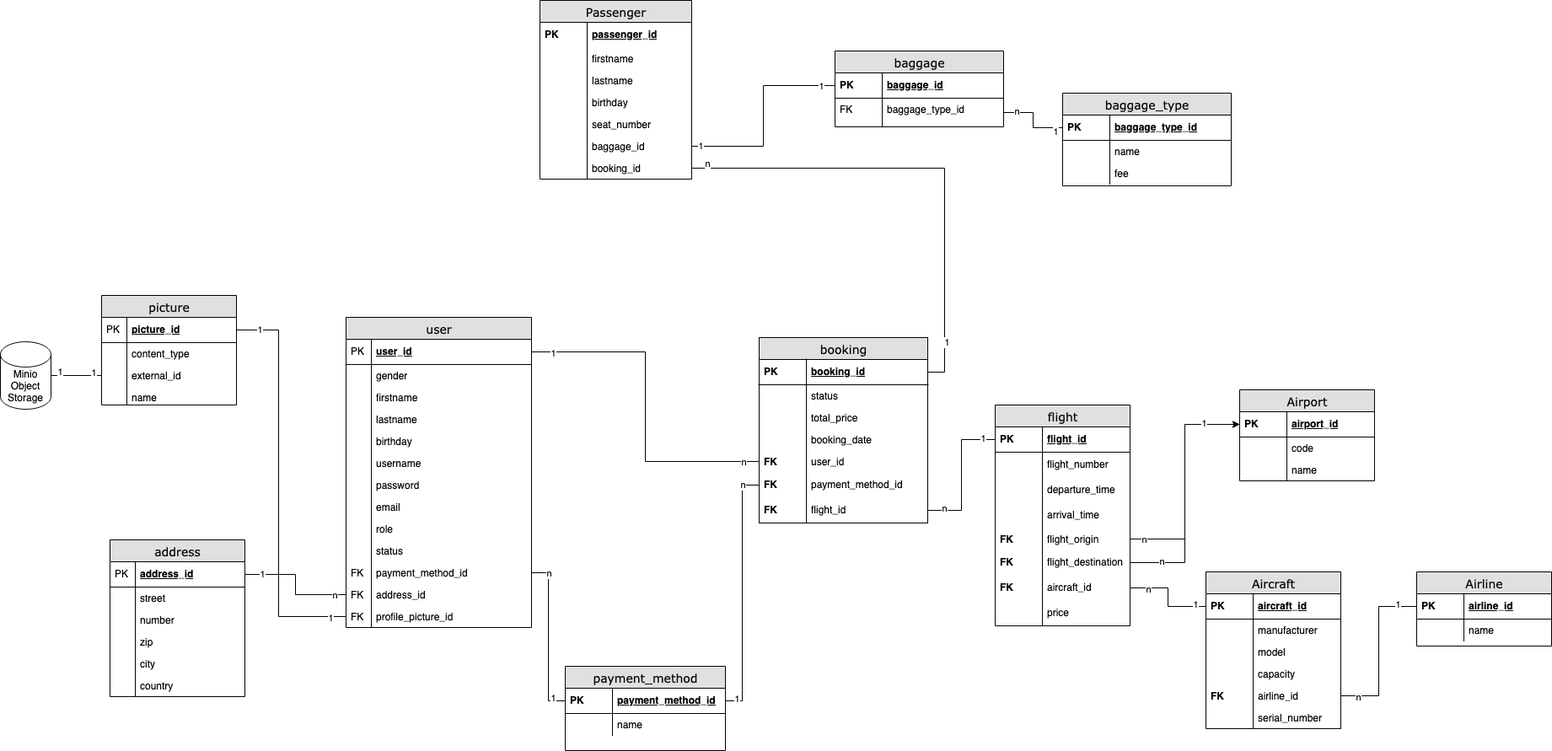
This is bweng/db/DB-SCHEMA-9.drawio.png from wi22b017/ws24-weng, a draw.io export, as it was before one commit. Source tidied: cells renumbered, new cells last; positions are measured from the earlier drawing's top-left corner, leaving out a move shared by most shapes.
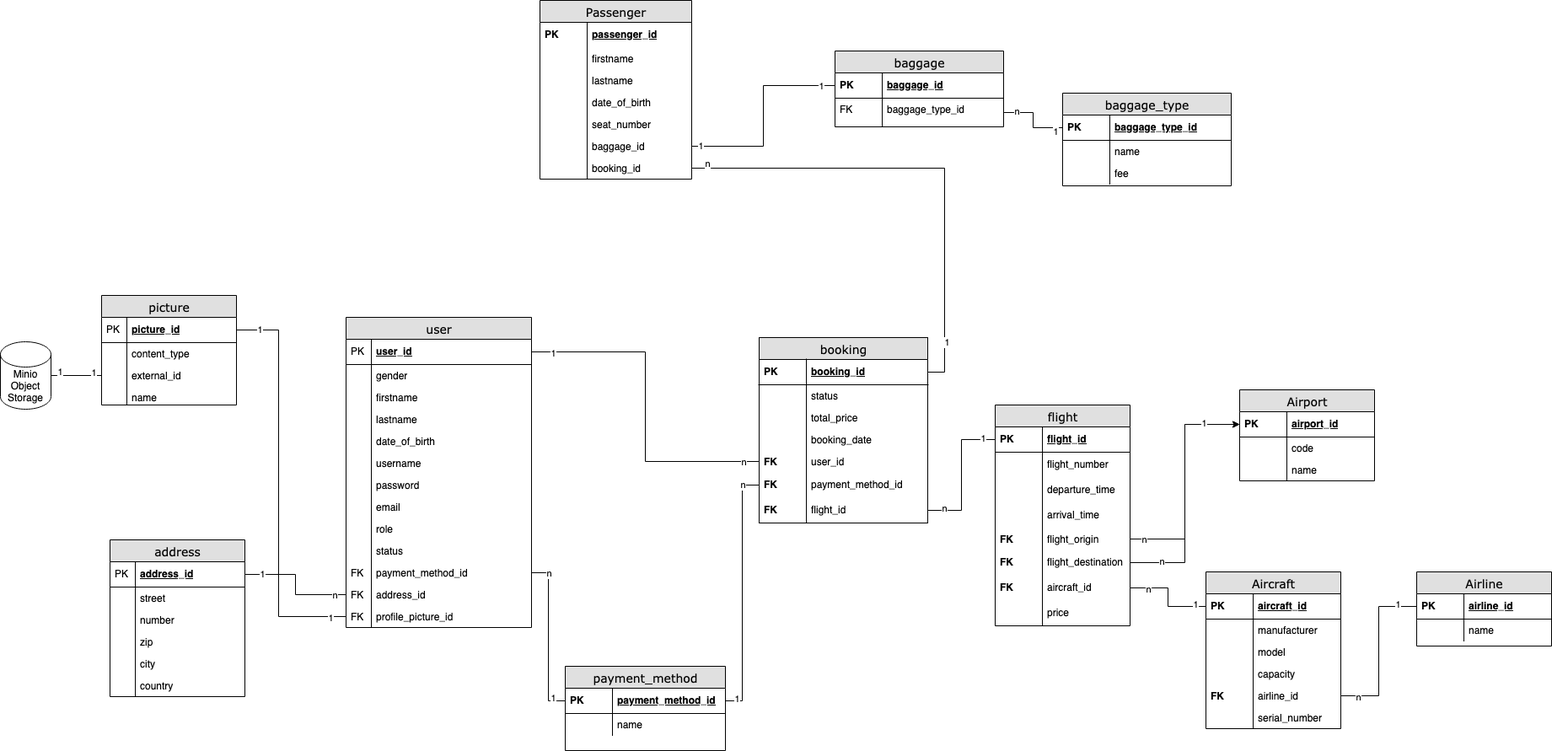
Later version of the same file.

What changed in the source:
```diff
@@ -125,7 +125,7 @@
     <mxCell id="42" style="shape=partialRectangle;top=0;left=0;bottom=0;html=1;fillColor=none;align=left;verticalAlign=top;spacingLeft=4;spacingRight=4;whiteSpace=wrap;overflow=hidden;" parent="41" vertex="1">
       <mxGeometry width="30" height="26" as="geometry" />
     </mxCell>
-    <mxCell id="43" value="birthday" style="shape=partialRectangle;top=0;left=0;right=0;bottom=0;html=1;align=left;verticalAlign=top;fillColor=none;spacingLeft=34;spacingRight=4;whiteSpace=wrap;overflow=hidden;fontStyle=0;" parent="34" vertex="1">
+    <mxCell id="43" value="date_of_birth" style="shape=partialRectangle;top=0;left=0;right=0;bottom=0;html=1;align=left;verticalAlign=top;fillColor=none;spacingLeft=34;spacingRight=4;whiteSpace=wrap;overflow=hidden;fontStyle=0;" parent="34" vertex="1">
       <mxGeometry y="134" width="220" height="26" as="geometry" />
     </mxCell>
     <mxCell id="44" style="shape=partialRectangle;top=0;left=0;bottom=0;html=1;fillColor=none;align=left;verticalAlign=top;spacingLeft=4;spacingRight=4;whiteSpace=wrap;overflow=hidden;" parent="43" vertex="1">
@@ -248,7 +248,7 @@
     <mxCell id="83" style="shape=partialRectangle;top=0;left=0;bottom=0;html=1;fillColor=none;align=left;verticalAlign=top;spacingLeft=4;spacingRight=4;whiteSpace=wrap;overflow=hidden;" parent="82" vertex="1">
       <mxGeometry width="56" height="26" as="geometry" />
     </mxCell>
-    <mxCell id="84" value="birthday" style="shape=partialRectangle;top=0;left=0;right=0;bottom=0;html=1;align=left;verticalAlign=top;fillColor=none;spacingLeft=60;spacingRight=4;whiteSpace=wrap;overflow=hidden;" parent="77" vertex="1">
+    <mxCell id="84" value="date_of_birth" style="shape=partialRectangle;top=0;left=0;right=0;bottom=0;html=1;align=left;verticalAlign=top;fillColor=none;spacingLeft=60;spacingRight=4;whiteSpace=wrap;overflow=hidden;" parent="77" vertex="1">
       <mxGeometry y="108" width="180" height="26" as="geometry" />
     </mxCell>
     <mxCell id="85" style="shape=partialRectangle;top=0;left=0;bottom=0;html=1;fillColor=none;align=left;verticalAlign=top;spacingLeft=4;spacingRight=4;whiteSpace=wrap;overflow=hidden;" parent="84" vertex="1">
```
